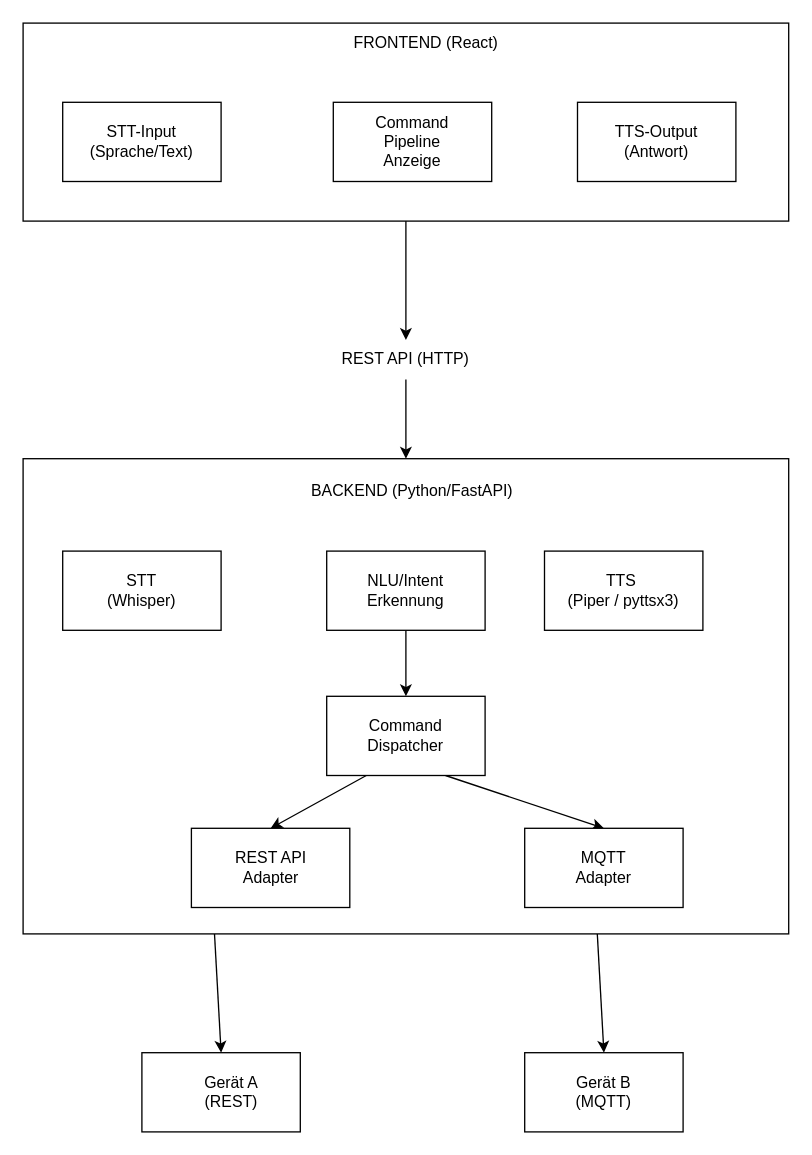
Above: project/docs/Architecture.drawio in KamikotoBaka/liva-jetson-ai (draw.io), before the change. Source tidied: cells renumbered, new cells numbered last; positions are measured from the earlier drawing's top-left corner, leaving out a move shared by most shapes. Both pictures are drawn from the tidied source at 132%, with x=0, y=0 at pixel (22, 22).
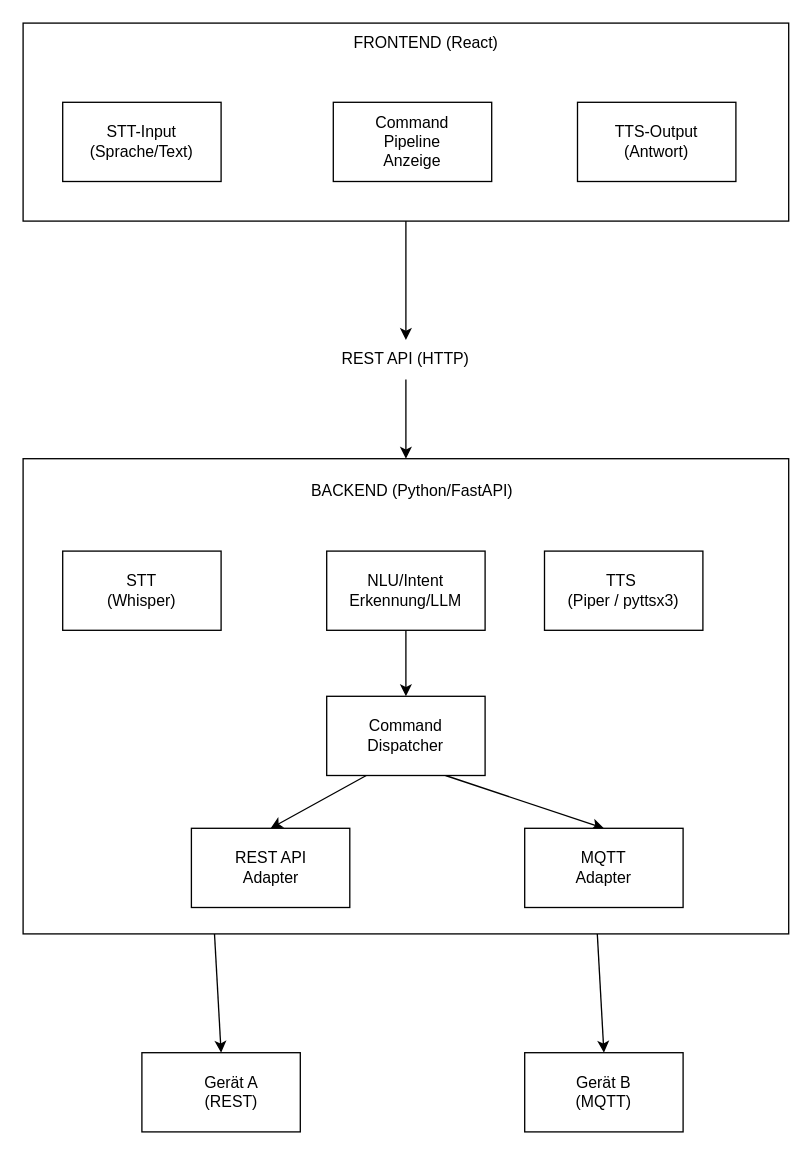
The same page after the edit.

Diff of the diagram source:
```diff
@@
-    <mxCell id="21" value="NLU/Intent Erkennung" style="text;html=1;align=center;verticalAlign=middle;whiteSpace=wrap;rounded=0;" parent="1" vertex="1">
+    <mxCell id="21" value="NLU/Intent Erkennung/LLM" style="text;html=1;align=center;verticalAlign=middle;whiteSpace=wrap;rounded=0;" parent="1" vertex="1">
       <mxGeometry x="230" y="415" width="120" height="30" as="geometry" />
     </mxCell>
```
